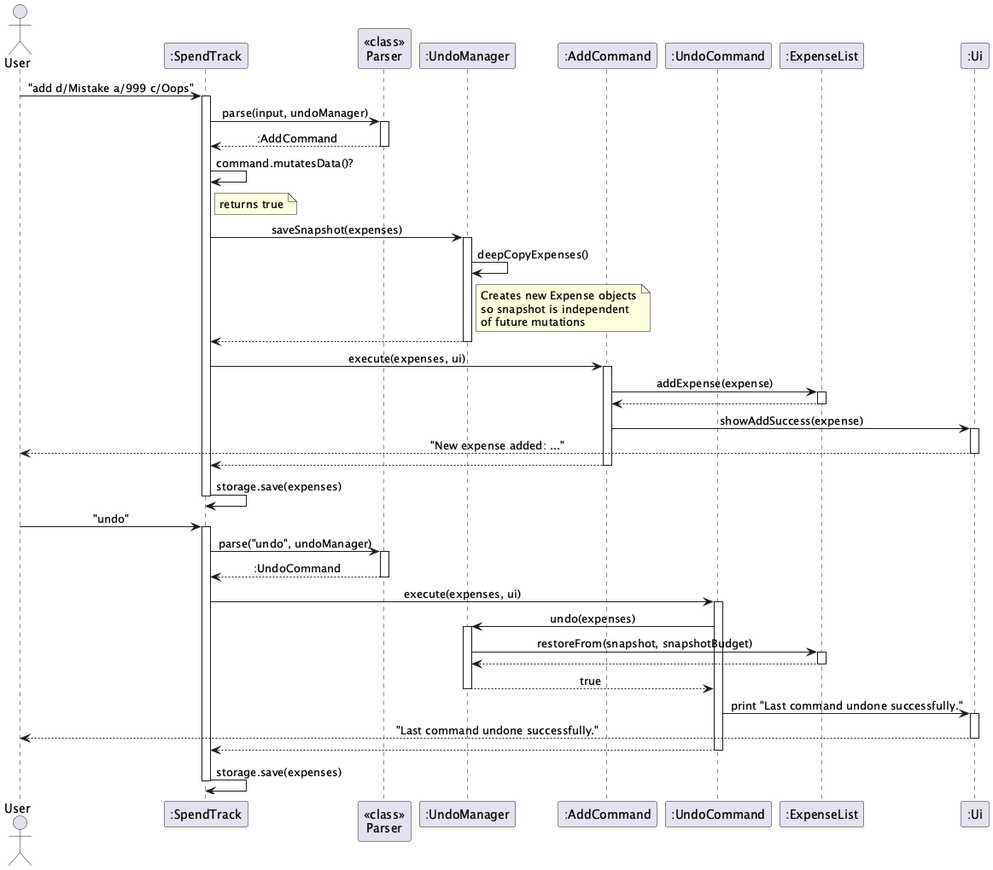
Above: docs/images/UndoSequence.png in AbhijitBalajee/tp (PlantUML), before the change. The source it was exported from:
```plantuml
@startuml
!define BGCOLOR white
skinparam backgroundColor BGCOLOR
skinparam sequenceMessageAlign center

actor User
participant ":SpendTrack" as ST
participant "<<class>>\nParser" as P
participant ":UndoManager" as UM
participant ":AddCommand" as AC
participant ":UndoCommand" as UC
participant ":ExpenseList" as EL
participant ":Ui" as UI

User -> ST : "add d/Mistake a/999 c/Oops"
activate ST
ST -> P : parse(input, undoManager)
activate P
P --> ST : :AddCommand
deactivate P

ST -> ST : command.mutatesData()?
note right of ST : returns true

ST -> UM : saveSnapshot(expenses)
activate UM
UM -> UM : deepCopyExpenses()
note right of UM
  Creates new Expense objects
  so snapshot is independent
  of future mutations
end note
UM --> ST
deactivate UM

ST -> AC : execute(expenses, ui)
activate AC
AC -> EL : addExpense(expense)
activate EL
EL --> AC
deactivate EL
AC -> UI : showAddSuccess(expense)
activate UI
UI --> User : "New expense added: ..."
deactivate UI
AC --> ST
deactivate AC

ST -> ST : storage.save(expenses)
deactivate ST

User -> ST : "undo"
activate ST
ST -> P : parse("undo", undoManager)
activate P
P --> ST : :UndoCommand
deactivate P

ST -> UC : execute(expenses, ui)
activate UC
UC -> UM : undo(expenses)
activate UM
UM -> EL : restoreFrom(snapshot, snapshotBudget)
activate EL
EL --> UM
deactivate EL
UM --> UC : true
deactivate UM
UC -> UI : print "Last command undone successfully."
activate UI
UI --> User : "Last command undone successfully."
deactivate UI
UC --> ST
deactivate UC

ST -> ST : storage.save(expenses)
deactivate ST
@enduml
```
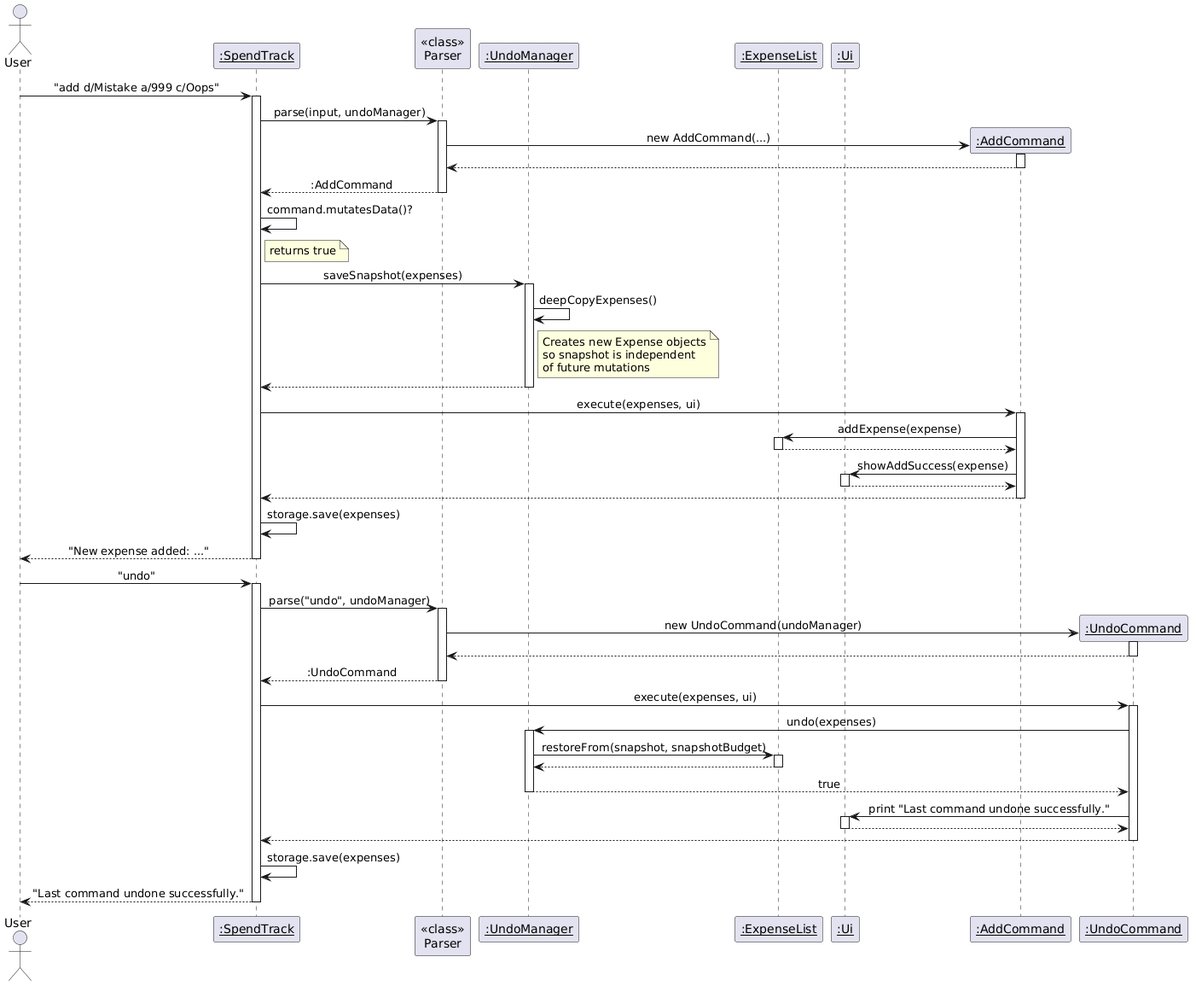
The same file after the commit.

The edit, as a diff of the source:
```diff
@@ -4,18 +4,21 @@
 skinparam sequenceMessageAlign center
 
 actor User
-participant ":SpendTrack" as ST
+participant "<u>:SpendTrack</u>" as ST
 participant "<<class>>\nParser" as P
-participant ":UndoManager" as UM
-participant ":AddCommand" as AC
-participant ":UndoCommand" as UC
-participant ":ExpenseList" as EL
-participant ":Ui" as UI
+participant "<u>:UndoManager</u>" as UM
+participant "<u>:ExpenseList</u>" as EL
+participant "<u>:Ui</u>" as UI
 
 User -> ST : "add d/Mistake a/999 c/Oops"
 activate ST
 ST -> P : parse(input, undoManager)
 activate P
+create "<u>:AddCommand</u>" as AC
+P -> AC : new AddCommand(...)
+activate AC
+AC --> P
+deactivate AC
 P --> ST : :AddCommand
 deactivate P
 
@@ -41,18 +44,24 @@
 deactivate EL
 AC -> UI : showAddSuccess(expense)
 activate UI
-UI --> User : "New expense added: ..."
+UI --> AC
 deactivate UI
 AC --> ST
 deactivate AC
 
 ST -> ST : storage.save(expenses)
+ST --> User : "New expense added: ..."
 deactivate ST
 
 User -> ST : "undo"
 activate ST
 ST -> P : parse("undo", undoManager)
 activate P
+create "<u>:UndoCommand</u>" as UC
+P -> UC : new UndoCommand(undoManager)
+activate UC
+UC --> P
+deactivate UC
 P --> ST : :UndoCommand
 deactivate P
 
@@ -68,11 +77,12 @@
 deactivate UM
 UC -> UI : print "Last command undone successfully."
 activate UI
-UI --> User : "Last command undone successfully."
+UI --> UC
 deactivate UI
 UC --> ST
 deactivate UC
 
 ST -> ST : storage.save(expenses)
+ST --> User : "Last command undone successfully."
 deactivate ST
 @enduml
```
